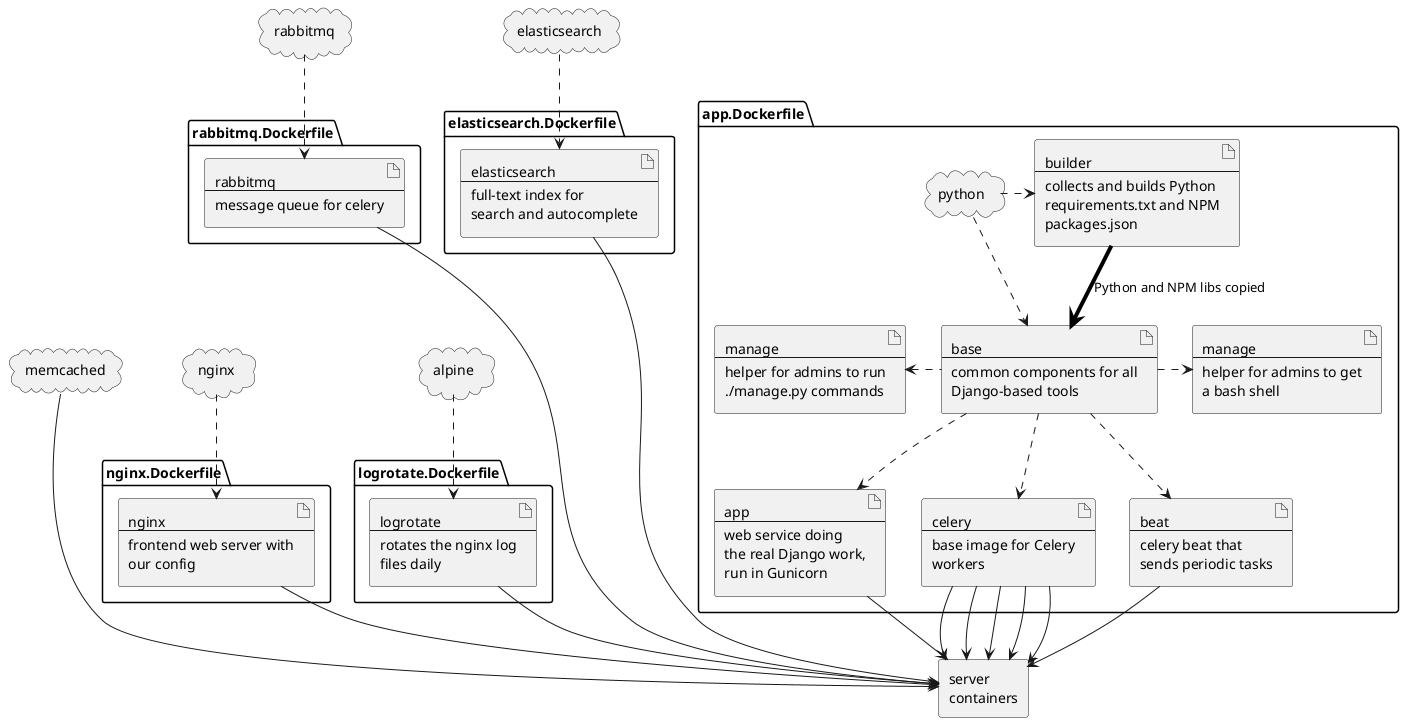
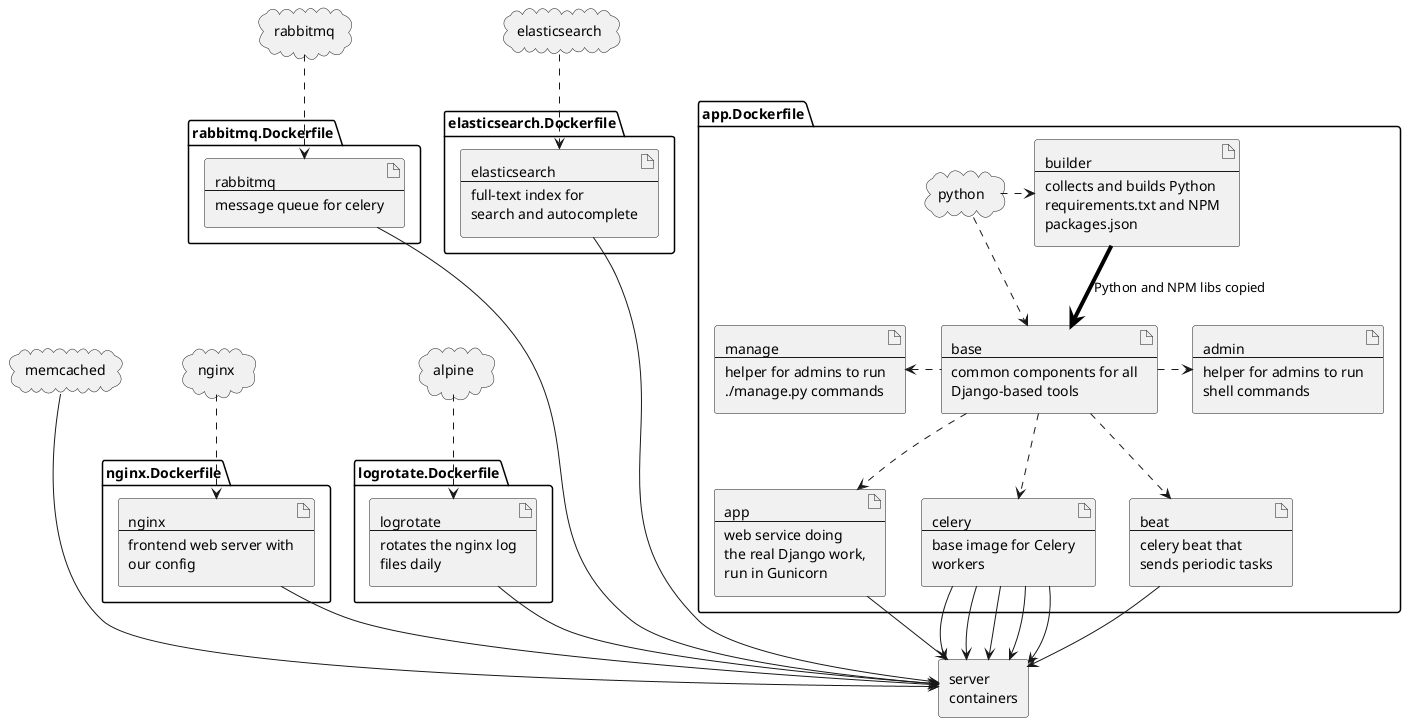
@startuml

package "app.Dockerfile" {

    artifact builder [
        builder
        ----
        collects and builds Python
        requirements.txt and NPM
        packages.json
    ]
    artifact base [
        base
        ----
        common components for all
        Django-based tools
    ]
    artifact app [
        app
        ----
        web service doing
        the real Django work,
        run in Gunicorn
    ]
    artifact celery [
        celery
        ----
        base image for Celery
        workers
    ]
    artifact beat [
        beat
        ----
        celery beat that
        sends periodic tasks
    ]
    artifact manage [
        manage
        ----
        helper for admins to run
        ./manage.py commands
    ]
    artifact admin [
-         manage
+         admin
        ----
-         helper for admins to get
-         a bash shell
+         helper for admins to run
+         shell commands
    ]

    builder -[#black,thickness=4]-> base :  Python and NPM libs copied
    base ..> app
    base ..> celery
    base ..> beat
    manage <. base
    base .> admin

    cloud python
    python .> builder
    python ..> base

}

package "nginx.Dockerfile" {
    artifact nginx [
        nginx
        ----
        frontend web server with
        our config
    ]
}

cloud nginx as nginx_base
nginx_base ..> nginx

package "logrotate.Dockerfile" {
    artifact logrotate [
        logrotate
        ----
        rotates the nginx log
        files daily
    ]
}

cloud alpine
alpine ..> logrotate

package "rabbitmq.Dockerfile" {
    artifact rabbitmq [
        rabbitmq
        ----
        message queue for celery
    ]
}

cloud rabbitmq as rabbitmq_base
rabbitmq_base ..> rabbitmq

package "elasticsearch.Dockerfile" {
    artifact elasticsearch [
        elasticsearch
        ----
        full-text index for
        search and autocomplete
    ]
}

cloud elasticsearch as elasticsearch_base
elasticsearch_base ..> elasticsearch


cloud memcached

agent "server\ncontainers" as server

app --> server
celery --> server
celery --> server
celery --> server
celery --> server
celery --> server
beat --> server
nginx --> server
logrotate --> server
rabbitmq ----> server
elasticsearch ----> server
memcached ---> server

@enduml
